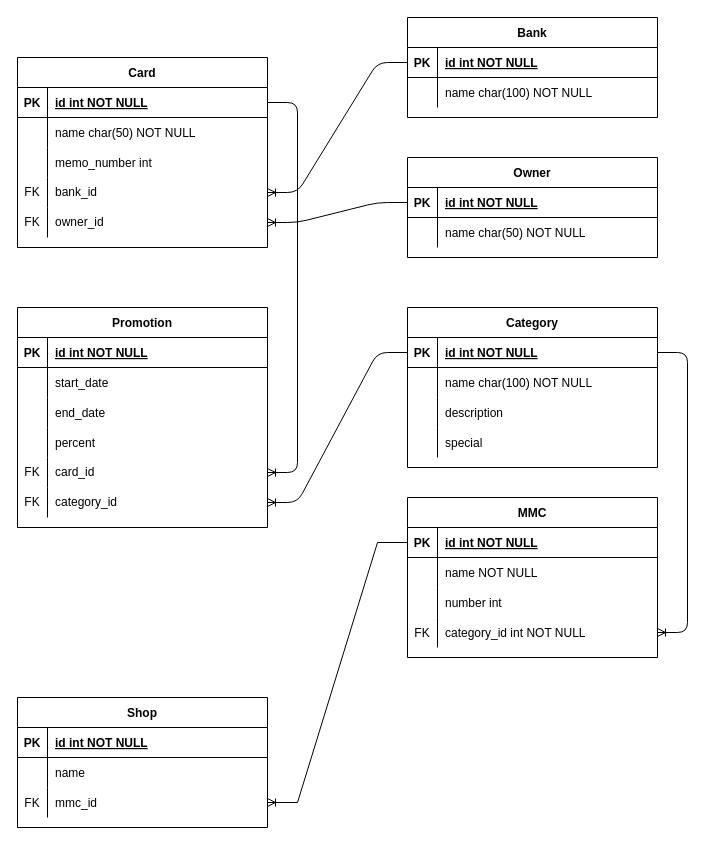
The draw.io diagram doc/diagramms.drawio in EremeevVV/CashBack-Memory, before the edit. Source tidied: cells renumbered, new cells numbered last; positions are measured from the earlier drawing's top-left corner, leaving out a move shared by most shapes. Both pictures are drawn from the tidied source at 100%, with x=0, y=0 at pixel (17, 17).
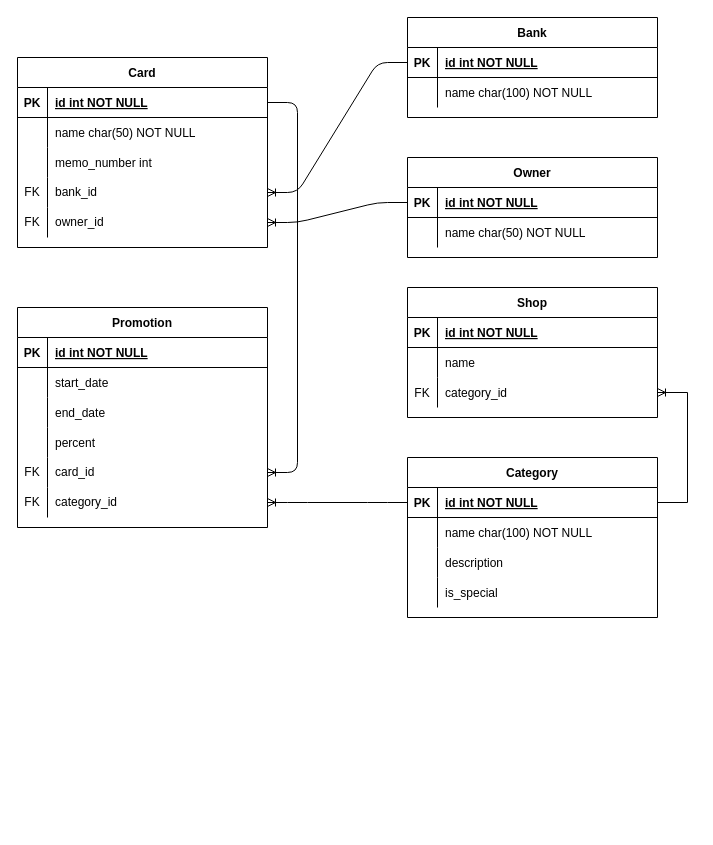
The same diagram, later.

Unchanged cells that the change refers to:
```xml
<mxCell id="10" style="shape=partialRectangle;fillColor=none;points=[[0,0.5],[1,0.5]];portConstraint=eastwest;top=0;left=0;right=0;bottom=1;" parent="9" vertex="1">
  <mxGeometry y="30" width="250" height="30" as="geometry" />
</mxCell>
<mxCell id="19" style="shape=tableRow;horizontal=0;startSize=0;swimlaneHead=0;swimlaneBody=0;fillColor=none;top=0;left=0;right=0;bottom=0;" parent="9" vertex="1">
  <mxGeometry y="120" width="250" height="30" as="geometry" />
</mxCell>
<mxCell id="89" style="shape=partialRectangle;fillColor=none;points=[[0,0.5],[1,0.5]];portConstraint=eastwest;top=0;left=0;right=0;bottom=0;" parent="82" vertex="1">
  <mxGeometry y="90" width="250" height="30" as="geometry" />
</mxCell>
```

Diff of the diagram source:
```diff
@@
     <mxCell id="9" value="Category" style="shape=table;startSize=30;childLayout=tableLayout;rowLines=0;fontStyle=1;align=center;" parent="1" vertex="1">
-      <mxGeometry x="390" y="290" width="250" height="160" as="geometry" />
+      <mxGeometry x="390" y="440" width="250" height="160" as="geometry" />
     </mxCell>
@@
-    <mxCell id="21" value="special" style="shape=partialRectangle;fillColor=none;top=0;left=0;bottom=0;right=0;align=left;spacingLeft=6;overflow=hidden;" parent="19" vertex="1">
+    <mxCell id="21" value="is_special" style="shape=partialRectangle;fillColor=none;top=0;left=0;bottom=0;right=0;align=left;spacingLeft=6;overflow=hidden;" parent="19" vertex="1">
       <mxGeometry x="30" width="220" height="30" as="geometry" />
     </mxCell>
@@
-    <mxCell id="38" value="MMC" style="shape=table;startSize=30;childLayout=tableLayout;rowLines=0;fontStyle=1;align=center;" parent="1" vertex="1">
-      <mxGeometry x="390" y="480" width="250" height="160" as="geometry" />
-    </mxCell>
-    <mxCell id="39" style="shape=partialRectangle;fillColor=none;points=[[0,0.5],[1,0.5]];portConstraint=eastwest;top=0;left=0;right=0;bottom=1;" parent="38" vertex="1">
-      <mxGeometry y="30" width="250" height="30" as="geometry" />
-    </mxCell>
-    <mxCell id="40" value="PK" style="shape=partialRectangle;overflow=hidden;fillColor=none;top=0;left=0;bottom=0;right=0;fontStyle=1;" parent="39" vertex="1">
-      <mxGeometry width="30" height="30" as="geometry" />
-    </mxCell>
-    <mxCell id="41" value="id int NOT NULL " style="shape=partialRectangle;overflow=hidden;fillColor=none;top=0;left=0;bottom=0;right=0;align=left;spacingLeft=6;fontStyle=5;" parent="39" vertex="1">
-      <mxGeometry x="30" width="220" height="30" as="geometry" />
-    </mxCell>
-    <mxCell id="42" style="shape=partialRectangle;fillColor=none;top=0;left=0;right=0;bottom=0;" parent="38" vertex="1">
-      <mxGeometry y="60" width="250" height="30" as="geometry" />
-    </mxCell>
-    <mxCell id="43" style="shape=partialRectangle;overflow=hidden;fillColor=none;top=0;left=0;bottom=0;right=0;" parent="42" vertex="1">
-      <mxGeometry width="30" height="30" as="geometry" />
-    </mxCell>
-    <mxCell id="44" value="name NOT NULL" style="shape=partialRectangle;overflow=hidden;fillColor=none;top=0;left=0;bottom=0;right=0;align=left;spacingLeft=6;" parent="42" vertex="1">
-      <mxGeometry x="30" width="220" height="30" as="geometry" />
-    </mxCell>
-    <mxCell id="45" style="shape=tableRow;horizontal=0;startSize=0;swimlaneHead=0;swimlaneBody=0;fillColor=none;top=0;left=0;right=0;bottom=0;" parent="38" vertex="1">
-      <mxGeometry y="90" width="250" height="30" as="geometry" />
-    </mxCell>
-    <mxCell id="46" style="shape=partialRectangle;fillColor=none;top=0;left=0;bottom=0;right=0;overflow=hidden;" parent="45" vertex="1">
-      <mxGeometry width="30" height="30" as="geometry" />
-    </mxCell>
-    <mxCell id="47" value="number int" style="shape=partialRectangle;fillColor=none;top=0;left=0;bottom=0;right=0;align=left;spacingLeft=6;overflow=hidden;" parent="45" vertex="1">
-      <mxGeometry x="30" width="220" height="30" as="geometry" />
-    </mxCell>
-    <mxCell id="48" style="shape=partialRectangle;fillColor=none;points=[[0,0.5],[1,0.5]];portConstraint=eastwest;top=0;left=0;right=0;bottom=0;" parent="38" vertex="1">
-      <mxGeometry y="120" width="250" height="30" as="geometry" />
-    </mxCell>
-    <mxCell id="49" value="FK" style="shape=partialRectangle;overflow=hidden;fillColor=none;top=0;left=0;bottom=0;right=0;" parent="48" vertex="1">
-      <mxGeometry width="30" height="30" as="geometry" />
-    </mxCell>
-    <mxCell id="50" value="category_id int NOT NULL" style="shape=partialRectangle;overflow=hidden;fillColor=none;top=0;left=0;bottom=0;right=0;align=left;spacingLeft=6;" parent="48" vertex="1">
-      <mxGeometry x="30" width="220" height="30" as="geometry" />
-    </mxCell>
@@
-    <mxCell id="79" style="edgeStyle=entityRelationEdgeStyle;fontSize=12;html=1;endArrow=ERoneToMany;rounded=1;curved=0;" parent="1" edge="1" source="10" target="48">
-      <mxGeometry relative="1" as="geometry" />
-    </mxCell>
@@
     <mxCell id="82" value="Shop" style="shape=table;startSize=30;childLayout=tableLayout;rowLines=0;fontStyle=1;align=center;" parent="1" vertex="1">
-      <mxGeometry y="680" width="250" height="130" as="geometry" />
+      <mxGeometry x="390" y="270" width="250" height="130" as="geometry" />
     </mxCell>
@@
-    <mxCell id="91" value="mmc_id" style="shape=partialRectangle;overflow=hidden;fillColor=none;top=0;left=0;bottom=0;right=0;align=left;spacingLeft=6;" parent="89" vertex="1">
+    <mxCell id="91" value="category_id" style="shape=partialRectangle;overflow=hidden;fillColor=none;top=0;left=0;bottom=0;right=0;align=left;spacingLeft=6;" parent="89" vertex="1">
       <mxGeometry x="30" width="220" height="30" as="geometry" />
     </mxCell>
-    <mxCell id="92" style="edgeStyle=entityRelationEdgeStyle;fontSize=12;html=1;endArrow=ERoneToMany;rounded=0;" parent="1" edge="1" source="39" target="89">
+    <mxCell id="92" style="edgeStyle=entityRelationEdgeStyle;fontSize=12;html=1;endArrow=ERoneToMany;rounded=0;" parent="1" edge="1" source="10" target="89">
       <mxGeometry relative="1" as="geometry" />
     </mxCell>
```
